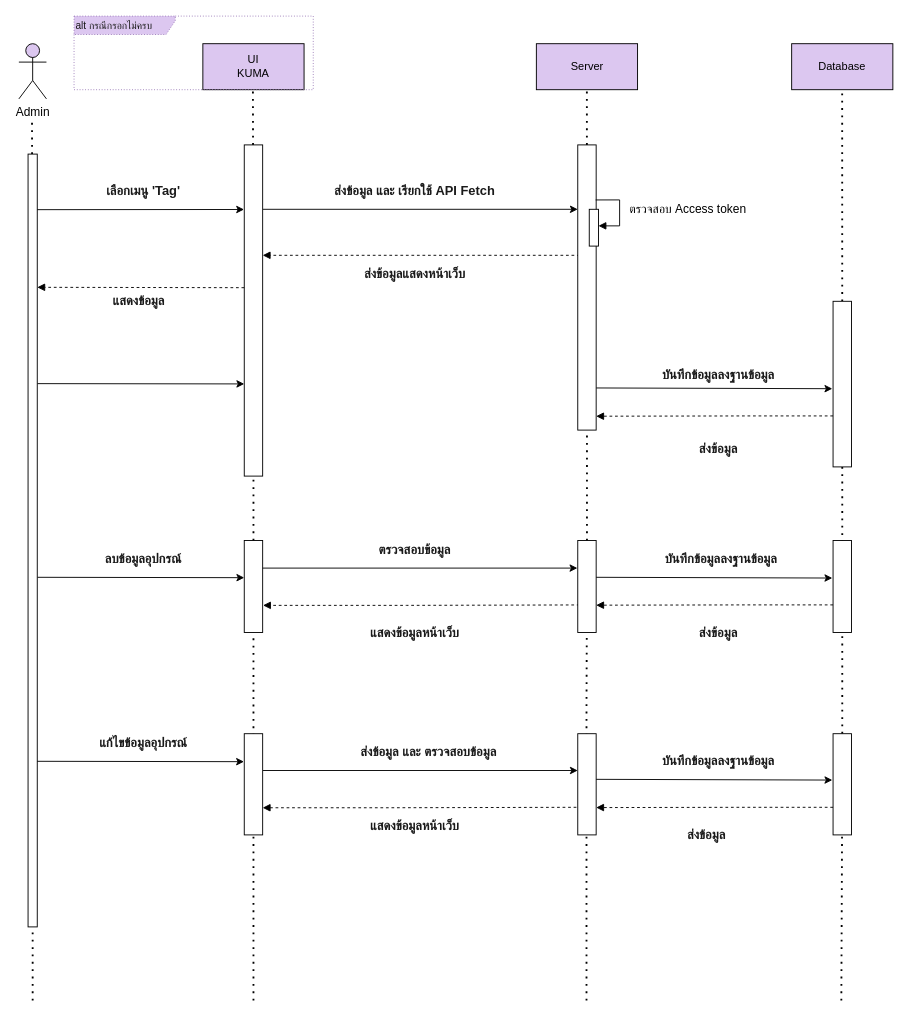
The draw.io diagram page "create tag" (4 of 5) of Diagram.drawio in Monaphat374/Sequence_project374, before the edit. Source tidied: cells renumbered, new cells numbered last; positions are measured from the earlier drawing's top-left corner, leaving out a move shared by most shapes. Both pictures are drawn from the tidied source at 92%, with x=0, y=0 at pixel (18, 16).
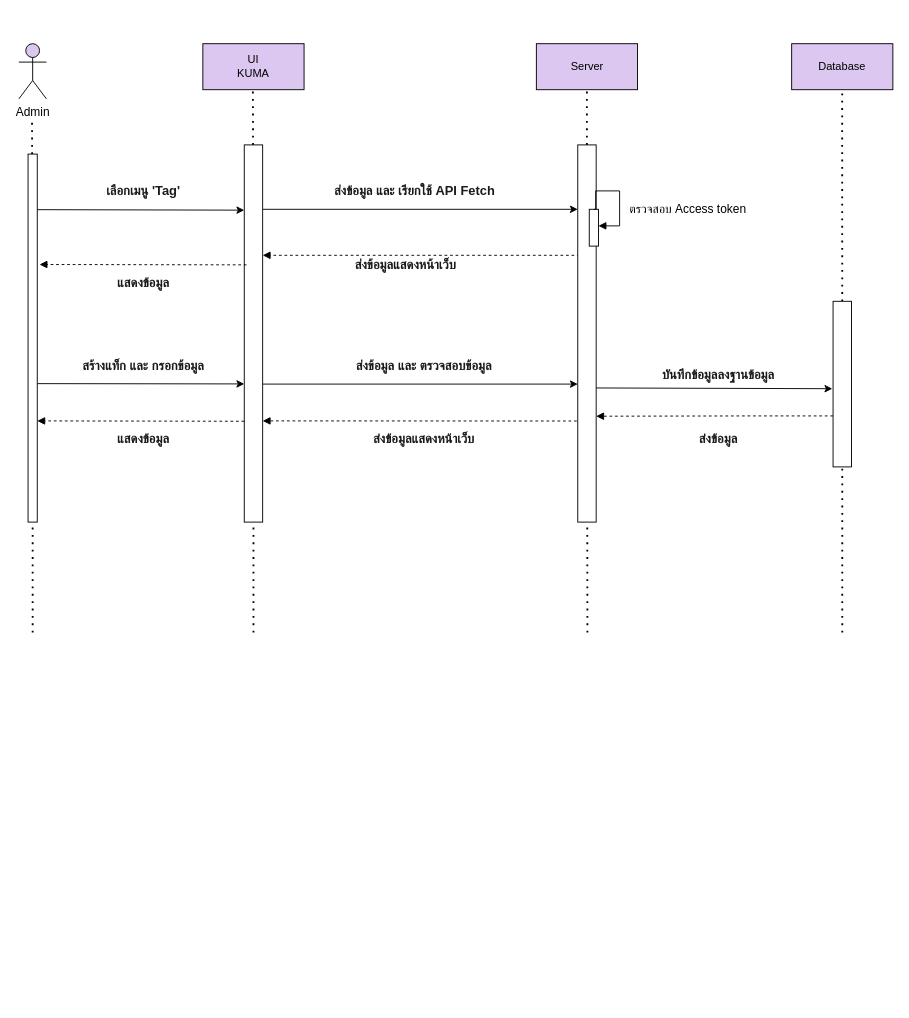
The same diagram, later.

Unchanged cells that the change refers to:
```xml
<mxCell id="25" style="rounded=0;whiteSpace=wrap;html=1;" parent="1" vertex="1">
  <mxGeometry x="885" y="310" width="20" height="180" as="geometry" />
</mxCell>
<mxCell id="61" style="html=1;points=[[0,0,0,0,5],[0,1,0,0,-5],[1,0,0,0,5],[1,1,0,0,-5]];perimeter=orthogonalPerimeter;outlineConnect=0;targetShapes=umlLifeline;portConstraint=eastwest;newEdgeStyle={&quot;curved&quot;:0,&quot;rounded&quot;:0};" parent="1" vertex="1">
  <mxGeometry x="620" y="210" width="10" height="40" as="geometry" />
</mxCell>
```

Change to the diagram source:
```diff
@@
-    <mxCell id="11" style="endArrow=none;dashed=1;html=1;dashPattern=1 3;strokeWidth=2;rounded=0;" parent="1" edge="1" target="12">
-      <mxGeometry relative="1" as="geometry">
-        <mxPoint x="15" y="750" as="sourcePoint" />
-      </mxGeometry>
-    </mxCell>
     <mxCell id="12" style="rounded=0;whiteSpace=wrap;html=1;" parent="1" vertex="1">
-      <mxGeometry x="10" y="150" width="10" height="840" as="geometry" />
+      <mxGeometry x="10" y="150" width="10" height="400" as="geometry" />
     </mxCell>
-    <mxCell id="13" style="endArrow=none;dashed=1;html=1;dashPattern=1 3;strokeWidth=2;rounded=0;" parent="1" edge="1" source="34" target="14">
-      <mxGeometry relative="1" as="geometry" />
+    <mxCell id="13" style="endArrow=none;dashed=1;html=1;dashPattern=1 3;strokeWidth=2;rounded=0;" parent="1" edge="1" target="14">
+      <mxGeometry relative="1" as="geometry">
+        <mxPoint x="255" y="670" as="sourcePoint" />
+      </mxGeometry>
     </mxCell>
     <mxCell id="14" style="rounded=0;whiteSpace=wrap;html=1;" parent="1" vertex="1">
-      <mxGeometry x="245" y="140" width="20" height="360" as="geometry" />
+      <mxGeometry x="245" y="140" width="20" height="410" as="geometry" />
     </mxCell>
-    <mxCell id="15" style="endArrow=classic;html=1;rounded=0;exitX=0.992;exitY=0.171;exitDx=0;exitDy=0;exitPerimeter=0;entryX=-0.011;entryY=0.195;entryDx=0;entryDy=0;entryPerimeter=0;" parent="1" edge="1" target="14">
+    <mxCell id="15" style="endArrow=classic;html=1;rounded=0;exitX=0.992;exitY=0.171;exitDx=0;exitDy=0;exitPerimeter=0;entryX=0.001;entryY=0.173;entryDx=0;entryDy=0;entryPerimeter=0;" parent="1" edge="1" target="14">
       <mxGeometry relative="1" as="geometry">
         <mxPoint x="20" y="210.4" as="sourcePoint" />
       </mxGeometry>
     </mxCell>
@@
-    <mxCell id="19" style="endArrow=block;dashed=1;endFill=1;html=1;rounded=0;fontColor=default;labelBackgroundColor=light-dark(#c43131, #ededed);entryX=1.019;entryY=0.705;entryDx=0;entryDy=0;entryPerimeter=0;strokeColor=default;exitX=-0.075;exitY=0.795;exitDx=0;exitDy=0;exitPerimeter=0;" parent="1" edge="1" target="34">
-      <mxGeometry relative="1" as="geometry">
-        <mxPoint x="627.5" y="640" as="sourcePoint" />
-        <Array as="points">
-          <mxPoint x="421.5" y="640.5" />
-        </Array>
-      </mxGeometry>
-    </mxCell>
     <mxCell id="20" value="&lt;h5&gt;&lt;span style=&quot;font-size: 14px;&quot;&gt;ส่งข้อมูลแสดงหน้าเว็บ&lt;/span&gt;&lt;/h5&gt;" style="text;html=1;align=center;verticalAlign=middle;strokeColor=none;fillColor=none;fontFamily=Helvetica;fontStyle=0;fontSize=12;fontColor=#1A1A1A;" parent="1" vertex="1">
-      <mxGeometry x="350" y="250" width="160" height="60" as="geometry" />
+      <mxGeometry x="340" y="240" width="160" height="60" as="geometry" />
     </mxCell>
@@
-    <mxCell id="22" style="endArrow=none;dashed=1;html=1;dashPattern=1 3;strokeWidth=2;rounded=0;" parent="1" edge="1" source="38" target="23">
-      <mxGeometry relative="1" as="geometry" />
+    <mxCell id="22" style="endArrow=none;dashed=1;html=1;dashPattern=1 3;strokeWidth=2;rounded=0;" parent="1" edge="1" target="23">
+      <mxGeometry relative="1" as="geometry">
+        <mxPoint x="618" y="670" as="sourcePoint" />
+      </mxGeometry>
     </mxCell>
     <mxCell id="23" style="rounded=0;whiteSpace=wrap;html=1;" parent="1" vertex="1">
-      <mxGeometry x="607.5" y="140" width="20" height="310" as="geometry" />
+      <mxGeometry x="607.5" y="140" width="20" height="410" as="geometry" />
     </mxCell>
-    <mxCell id="24" style="endArrow=none;dashed=1;html=1;dashPattern=1 3;strokeWidth=2;rounded=0;exitX=0.5;exitY=0;exitDx=0;exitDy=0;" parent="1" edge="1" source="54" target="25">
-      <mxGeometry relative="1" as="geometry" />
+    <mxCell id="24" style="endArrow=none;dashed=1;html=1;dashPattern=1 3;strokeWidth=2;rounded=0;" parent="1" edge="1" target="25">
+      <mxGeometry relative="1" as="geometry">
+        <mxPoint x="895" y="670" as="sourcePoint" />
+      </mxGeometry>
     </mxCell>
@@
-    <mxCell id="27" value="&lt;font face=&quot;Helvetica&quot; style=&quot;font-size: 11px;&quot; color=&quot;#1a1a1a&quot;&gt;alt กรณีกรอกไม่ครบ&lt;/font&gt;" style="shape=umlFrame;whiteSpace=wrap;html=1;dashed=1;dashPattern=1 2;fillColor=light-dark(#DCC7F0,#A18EB3);fontColor=#ffffff;strokeColor=#9A7AB8;swimlaneFillColor=none;width=110;height=20;align=left;" parent="1" vertex="1">
-      <mxGeometry x="60" width="260" height="80" as="geometry" />
-    </mxCell>
@@
     <mxCell id="29" value="&lt;h5&gt;&lt;span style=&quot;font-size: 14px;&quot;&gt;ส่งข้อมูล&lt;/span&gt;&lt;/h5&gt;" style="text;html=1;align=center;verticalAlign=middle;strokeColor=none;fillColor=none;fontFamily=Helvetica;fontStyle=0;fontSize=12;fontColor=#1A1A1A;" parent="1" vertex="1">
-      <mxGeometry x="720" y="440" width="80" height="60" as="geometry" />
+      <mxGeometry x="720" y="430" width="80" height="60" as="geometry" />
     </mxCell>
     <mxCell id="30" style="endArrow=none;dashed=1;html=1;dashPattern=1 3;strokeWidth=2;rounded=0;" parent="1" edge="1" target="12">
       <mxGeometry relative="1" as="geometry">
-        <mxPoint x="15" y="1070" as="sourcePoint" />
+        <mxPoint x="15" y="670" as="sourcePoint" />
       </mxGeometry>
     </mxCell>
-    <mxCell id="31" style="endArrow=classic;html=1;rounded=0;exitX=1.029;exitY=0.571;exitDx=0;exitDy=0;exitPerimeter=0;entryX=0.028;entryY=0.395;entryDx=0;entryDy=0;entryPerimeter=0;" parent="1" edge="1">
-      <mxGeometry relative="1" as="geometry">
-        <mxPoint x="20.3" y="610" as="sourcePoint" />
-        <mxPoint x="245" y="610.4" as="targetPoint" />
-      </mxGeometry>
-    </mxCell>
-    <mxCell id="32" style="endArrow=none;dashed=1;html=1;dashPattern=1 3;strokeWidth=2;rounded=0;" parent="1" edge="1">
-      <mxGeometry relative="1" as="geometry">
-        <mxPoint x="255" y="1070" as="sourcePoint" />
-        <mxPoint x="255" y="750" as="targetPoint" />
-      </mxGeometry>
-    </mxCell>
-    <mxCell id="33" style="endArrow=none;dashed=1;html=1;dashPattern=1 3;strokeWidth=2;rounded=0;" parent="1" edge="1" target="34">
-      <mxGeometry relative="1" as="geometry">
-        <mxPoint x="255" y="750.3" as="sourcePoint" />
-      </mxGeometry>
-    </mxCell>
-    <mxCell id="34" style="rounded=0;whiteSpace=wrap;html=1;" parent="1" vertex="1">
-      <mxGeometry x="245" y="570" width="20" height="100" as="geometry" />
-    </mxCell>
-    <mxCell id="35" value="&lt;h5&gt;&lt;span style=&quot;font-size: 14px;&quot;&gt;ลบข้อมูลอุปกรณ์&lt;/span&gt;&lt;/h5&gt;" style="text;html=1;align=center;verticalAlign=middle;strokeColor=none;fillColor=none;fontFamily=Helvetica;fontStyle=0;fontSize=12;fontColor=#1A1A1A;" parent="1" vertex="1">
-      <mxGeometry x="70" y="560" width="130" height="60" as="geometry" />
-    </mxCell>
-    <mxCell id="36" style="endArrow=none;dashed=1;html=1;dashPattern=1 3;strokeWidth=2;rounded=0;" parent="1" edge="1">
-      <mxGeometry relative="1" as="geometry">
-        <mxPoint x="617" y="1070" as="sourcePoint" />
-        <mxPoint x="617" y="750" as="targetPoint" />
-      </mxGeometry>
-    </mxCell>
-    <mxCell id="37" style="endArrow=none;dashed=1;html=1;dashPattern=1 3;strokeWidth=2;rounded=0;" parent="1" edge="1" target="38">
-      <mxGeometry relative="1" as="geometry">
-        <mxPoint x="617" y="750" as="sourcePoint" />
-      </mxGeometry>
-    </mxCell>
-    <mxCell id="38" style="rounded=0;whiteSpace=wrap;html=1;" parent="1" vertex="1">
-      <mxGeometry x="607.5" y="570" width="20" height="100" as="geometry" />
-    </mxCell>
-    <mxCell id="39" style="endArrow=classic;html=1;rounded=0;exitX=1.019;exitY=0.211;exitDx=0;exitDy=0;exitPerimeter=0;" parent="1" edge="1">
-      <mxGeometry relative="1" as="geometry">
-        <mxPoint x="265" y="600" as="sourcePoint" />
-        <mxPoint x="607.1" y="600" as="targetPoint" />
-      </mxGeometry>
-    </mxCell>
-    <mxCell id="40" value="&lt;h5&gt;&lt;span style=&quot;font-size: 14px;&quot;&gt;ตรวจ&lt;/span&gt;&lt;span style=&quot;font-size: 14px; background-color: transparent; color: light-dark(rgb(26, 26, 26), rgb(215, 215, 215));&quot;&gt;สอบข้อมูล&lt;/span&gt;&lt;/h5&gt;" style="text;html=1;align=center;verticalAlign=middle;strokeColor=none;fillColor=none;fontFamily=Helvetica;fontStyle=0;fontSize=12;fontColor=#1A1A1A;" parent="1" vertex="1">
-      <mxGeometry x="370" y="550" width="120" height="60" as="geometry" />
-    </mxCell>
-    <mxCell id="41" value="&lt;h5&gt;&lt;span style=&quot;font-size: 14px;&quot;&gt;แสดงข้อมูลหน้าเว็บ&lt;/span&gt;&lt;/h5&gt;" style="text;html=1;align=center;verticalAlign=middle;strokeColor=none;fillColor=none;fontFamily=Helvetica;fontStyle=0;fontSize=12;fontColor=#1A1A1A;" parent="1" vertex="1">
-      <mxGeometry x="360" y="640" width="140" height="60" as="geometry" />
-    </mxCell>
-    <mxCell id="42" style="endArrow=classic;html=1;rounded=0;exitX=0.962;exitY=0.276;exitDx=0;exitDy=0;exitPerimeter=0;entryX=-0.038;entryY=0.446;entryDx=0;entryDy=0;entryPerimeter=0;" parent="1" edge="1">
-      <mxGeometry relative="1" as="geometry">
-        <mxPoint x="627.5" y="610" as="sourcePoint" />
-        <mxPoint x="884.2" y="610.8" as="targetPoint" />
-      </mxGeometry>
-    </mxCell>
-    <mxCell id="43" style="rounded=0;whiteSpace=wrap;html=1;" parent="1" vertex="1">
-      <mxGeometry x="885" y="570" width="20" height="100" as="geometry" />
-    </mxCell>
-    <mxCell id="44" style="endArrow=block;dashed=1;endFill=1;html=1;rounded=0;fontColor=default;labelBackgroundColor=light-dark(#c43131, #ededed);entryX=1;entryY=0.535;entryDx=0;entryDy=0;entryPerimeter=0;strokeColor=default;exitX=0;exitY=0.532;exitDx=0;exitDy=0;exitPerimeter=0;" parent="1" edge="1">
-      <mxGeometry relative="1" as="geometry">
-        <mxPoint x="885" y="640" as="sourcePoint" />
-        <mxPoint x="627.5" y="640.3" as="targetPoint" />
-        <Array as="points">
-          <mxPoint x="790" y="640" />
-        </Array>
-      </mxGeometry>
-    </mxCell>
-    <mxCell id="45" value="&lt;h5&gt;&lt;span style=&quot;font-size: 14px;&quot;&gt;ส่งข้อมูล&lt;/span&gt;&lt;/h5&gt;" style="text;html=1;align=center;verticalAlign=middle;strokeColor=none;fillColor=none;fontFamily=Helvetica;fontStyle=0;fontSize=12;fontColor=#1A1A1A;" parent="1" vertex="1">
-      <mxGeometry x="720" y="640" width="80" height="60" as="geometry" />
-    </mxCell>
-    <mxCell id="46" value="&lt;h5&gt;&lt;span style=&quot;font-size: 14px;&quot;&gt;บันทึกข้อมูลลงฐานข้อมูล&lt;/span&gt;&lt;/h5&gt;" style="text;html=1;align=center;verticalAlign=middle;strokeColor=none;fillColor=none;fontFamily=Helvetica;fontStyle=0;fontSize=12;fontColor=#1A1A1A;" parent="1" vertex="1">
-      <mxGeometry x="672.5" y="560" width="180" height="60" as="geometry" />
-    </mxCell>
-    <mxCell id="47" style="rounded=0;whiteSpace=wrap;html=1;" parent="1" vertex="1">
-      <mxGeometry x="245" y="780" width="20" height="110" as="geometry" />
-    </mxCell>
-    <mxCell id="48" style="endArrow=classic;html=1;rounded=0;exitX=1.029;exitY=0.571;exitDx=0;exitDy=0;exitPerimeter=0;entryX=0.028;entryY=0.395;entryDx=0;entryDy=0;entryPerimeter=0;" parent="1" edge="1">
-      <mxGeometry relative="1" as="geometry">
-        <mxPoint x="20" y="810" as="sourcePoint" />
-        <mxPoint x="244.7" y="810.4" as="targetPoint" />
-      </mxGeometry>
-    </mxCell>
-    <mxCell id="49" value="&lt;h5&gt;&lt;span style=&quot;font-size: 14px;&quot;&gt;แก้ไขข้อมูลอุปกรณ์&lt;/span&gt;&lt;/h5&gt;" style="text;html=1;align=center;verticalAlign=middle;strokeColor=none;fillColor=none;fontFamily=Helvetica;fontStyle=0;fontSize=12;fontColor=#1A1A1A;" parent="1" vertex="1">
-      <mxGeometry x="60" y="760" width="150" height="60" as="geometry" />
-    </mxCell>
-    <mxCell id="50" style="rounded=0;whiteSpace=wrap;html=1;" parent="1" vertex="1">
-      <mxGeometry x="607.5" y="780" width="20" height="110" as="geometry" />
-    </mxCell>
-    <mxCell id="51" style="endArrow=classic;html=1;rounded=0;exitX=1.019;exitY=0.211;exitDx=0;exitDy=0;exitPerimeter=0;" parent="1" edge="1">
-      <mxGeometry relative="1" as="geometry">
-        <mxPoint x="265.4" y="820" as="sourcePoint" />
-        <mxPoint x="607.5" y="820" as="targetPoint" />
-      </mxGeometry>
-    </mxCell>
-    <mxCell id="52" value="&lt;h5&gt;&lt;span style=&quot;font-size: 14px;&quot;&gt;ส่งข้อมูล และ ตรวจ&lt;/span&gt;&lt;span style=&quot;font-size: 14px; background-color: transparent; color: light-dark(rgb(26, 26, 26), rgb(215, 215, 215));&quot;&gt;สอบข้อมูล&lt;/span&gt;&lt;/h5&gt;" style="text;html=1;align=center;verticalAlign=middle;strokeColor=none;fillColor=none;fontFamily=Helvetica;fontStyle=0;fontSize=12;fontColor=#1A1A1A;" parent="1" vertex="1">
-      <mxGeometry x="340" y="770" width="210" height="60" as="geometry" />
-    </mxCell>
-    <mxCell id="53" style="endArrow=none;dashed=1;html=1;dashPattern=1 3;strokeWidth=2;rounded=0;" parent="1" edge="1" target="54">
-      <mxGeometry relative="1" as="geometry">
-        <mxPoint x="894" y="1070" as="sourcePoint" />
-      </mxGeometry>
-    </mxCell>
-    <mxCell id="54" style="rounded=0;whiteSpace=wrap;html=1;" parent="1" vertex="1">
-      <mxGeometry x="885" y="780" width="20" height="110" as="geometry" />
-    </mxCell>
-    <mxCell id="55" style="endArrow=classic;html=1;rounded=0;exitX=0.962;exitY=0.276;exitDx=0;exitDy=0;exitPerimeter=0;entryX=-0.038;entryY=0.446;entryDx=0;entryDy=0;entryPerimeter=0;" parent="1" edge="1">
-      <mxGeometry relative="1" as="geometry">
-        <mxPoint x="627.5" y="829.6" as="sourcePoint" />
-        <mxPoint x="884.2" y="830.4" as="targetPoint" />
-      </mxGeometry>
-    </mxCell>
-    <mxCell id="56" value="&lt;h5&gt;&lt;span style=&quot;font-size: 14px;&quot;&gt;บันทึกข้อมูลลงฐานข้อมูล&lt;/span&gt;&lt;/h5&gt;" style="text;html=1;align=center;verticalAlign=middle;strokeColor=none;fillColor=none;fontFamily=Helvetica;fontStyle=0;fontSize=12;fontColor=#1A1A1A;" parent="1" vertex="1">
-      <mxGeometry x="670" y="780" width="180" height="60" as="geometry" />
-    </mxCell>
-    <mxCell id="57" style="endArrow=block;dashed=1;endFill=1;html=1;rounded=0;fontColor=default;labelBackgroundColor=light-dark(#c43131, #ededed);entryX=1;entryY=0.535;entryDx=0;entryDy=0;entryPerimeter=0;strokeColor=default;exitX=0;exitY=0.532;exitDx=0;exitDy=0;exitPerimeter=0;" parent="1" edge="1">
-      <mxGeometry relative="1" as="geometry">
-        <mxPoint x="885" y="860" as="sourcePoint" />
-        <mxPoint x="627.5" y="860.3" as="targetPoint" />
-        <Array as="points">
-          <mxPoint x="790" y="860" />
-        </Array>
-      </mxGeometry>
-    </mxCell>
-    <mxCell id="58" value="&lt;h5&gt;&lt;span style=&quot;font-size: 14px;&quot;&gt;ส่งข้อมูล&lt;/span&gt;&lt;/h5&gt;" style="text;html=1;align=center;verticalAlign=middle;strokeColor=none;fillColor=none;fontFamily=Helvetica;fontStyle=0;fontSize=12;fontColor=#1A1A1A;" parent="1" vertex="1">
-      <mxGeometry x="707" y="860" width="80" height="60" as="geometry" />
-    </mxCell>
-    <mxCell id="59" style="endArrow=block;dashed=1;endFill=1;html=1;rounded=0;fontColor=default;labelBackgroundColor=light-dark(#c43131, #ededed);entryX=1;entryY=0.477;entryDx=0;entryDy=0;entryPerimeter=0;strokeColor=default;exitX=-0.075;exitY=0.795;exitDx=0;exitDy=0;exitPerimeter=0;" parent="1" edge="1">
-      <mxGeometry relative="1" as="geometry">
-        <mxPoint x="606" y="860" as="sourcePoint" />
-        <mxPoint x="265" y="860.5" as="targetPoint" />
-        <Array as="points">
-          <mxPoint x="400" y="860.5" />
-        </Array>
-      </mxGeometry>
-    </mxCell>
-    <mxCell id="60" value="&lt;h5&gt;&lt;span style=&quot;font-size: 14px;&quot;&gt;แสดงข้อมูลหน้าเว็บ&lt;/span&gt;&lt;/h5&gt;" style="text;html=1;align=center;verticalAlign=middle;strokeColor=none;fillColor=none;fontFamily=Helvetica;fontStyle=0;fontSize=12;fontColor=#1A1A1A;" parent="1" vertex="1">
-      <mxGeometry x="360" y="850" width="140" height="60" as="geometry" />
-    </mxCell>
@@
-    <mxCell id="62" value="&lt;font style=&quot;font-size: 13px;&quot;&gt;ตรวจสอบ Access token&lt;/font&gt;" style="html=1;align=left;spacingLeft=2;endArrow=block;rounded=0;edgeStyle=orthogonalEdgeStyle;curved=0;rounded=0;exitX=0.974;exitY=0.193;exitDx=0;exitDy=0;exitPerimeter=0;" parent="1" edge="1" source="23" target="61">
-      <mxGeometry x="-0.07" y="7" relative="1" as="geometry">
+    <mxCell id="62" value="&lt;font style=&quot;font-size: 13px;&quot;&gt;ตรวจสอบ Access token&lt;/font&gt;" style="html=1;align=left;spacingLeft=2;endArrow=block;rounded=0;edgeStyle=orthogonalEdgeStyle;curved=0;rounded=0;" parent="1" edge="1" target="61">
+      <mxGeometry x="0.25" y="7" relative="1" as="geometry">
+        <mxPoint x="625" y="210" as="sourcePoint" />
         <Array as="points">
-          <mxPoint x="653" y="200" />
+          <mxPoint x="627" y="190" />
+          <mxPoint x="653" y="190" />
           <mxPoint x="653" y="228" />
         </Array>
       </mxGeometry>
     </mxCell>
     <mxCell id="63" style="endArrow=block;dashed=1;endFill=1;html=1;rounded=0;fontColor=default;labelBackgroundColor=light-dark(#c43131, #ededed);strokeColor=default;entryX=1.002;entryY=0.19;entryDx=0;entryDy=0;entryPerimeter=0;" parent="1" edge="1">
       <mxGeometry relative="1" as="geometry">
-        <mxPoint x="245" y="295.2" as="sourcePoint" />
-        <mxPoint x="20" y="294.8" as="targetPoint" />
+        <mxPoint x="247.5" y="270.4" as="sourcePoint" />
+        <mxPoint x="22.5" y="270" as="targetPoint" />
       </mxGeometry>
     </mxCell>
     <mxCell id="64" value="&lt;h5&gt;&lt;span style=&quot;font-size: 14px;&quot;&gt;แสดงข้อมูล&lt;/span&gt;&lt;/h5&gt;" style="text;html=1;align=center;verticalAlign=middle;strokeColor=none;fillColor=none;fontFamily=Helvetica;fontStyle=0;fontSize=12;fontColor=#1A1A1A;" parent="1" vertex="1">
-      <mxGeometry x="80" y="280" width="100" height="60" as="geometry" />
+      <mxGeometry x="85" y="260" width="100" height="60" as="geometry" />
     </mxCell>
@@
+    <mxCell id="66" value="&lt;h5&gt;&lt;span style=&quot;font-size: 14px;&quot;&gt;สร้างแท็ก และ กรอกข้อมูล&lt;/span&gt;&lt;/h5&gt;" style="text;html=1;align=center;verticalAlign=middle;strokeColor=none;fillColor=none;fontFamily=Helvetica;fontStyle=0;fontSize=12;fontColor=#1A1A1A;" parent="1" vertex="1">
+      <mxGeometry x="40" y="350" width="190" height="60" as="geometry" />
+    </mxCell>
+    <mxCell id="67" style="endArrow=block;dashed=1;endFill=1;html=1;rounded=0;fontColor=default;labelBackgroundColor=light-dark(#c43131, #ededed);strokeColor=default;entryX=1.002;entryY=0.19;entryDx=0;entryDy=0;entryPerimeter=0;" parent="1" edge="1">
+      <mxGeometry relative="1" as="geometry">
+        <mxPoint x="245" y="440.4" as="sourcePoint" />
+        <mxPoint x="20" y="440" as="targetPoint" />
+      </mxGeometry>
+    </mxCell>
+    <mxCell id="68" value="&lt;h5&gt;&lt;span style=&quot;font-size: 14px;&quot;&gt;แสดงข้อมูล&lt;/span&gt;&lt;/h5&gt;" style="text;html=1;align=center;verticalAlign=middle;strokeColor=none;fillColor=none;fontFamily=Helvetica;fontStyle=0;fontSize=12;fontColor=#1A1A1A;" parent="1" vertex="1">
+      <mxGeometry x="85" y="430" width="100" height="60" as="geometry" />
+    </mxCell>
+    <mxCell id="52" value="&lt;h5&gt;&lt;span style=&quot;font-size: 14px;&quot;&gt;ส่งข้อมูล และ ตรวจ&lt;/span&gt;&lt;span style=&quot;font-size: 14px; background-color: transparent; color: light-dark(rgb(26, 26, 26), rgb(215, 215, 215));&quot;&gt;สอบข้อมูล&lt;/span&gt;&lt;/h5&gt;" style="text;html=1;align=center;verticalAlign=middle;strokeColor=none;fillColor=none;fontFamily=Helvetica;fontStyle=0;fontSize=12;fontColor=#1A1A1A;" parent="1" vertex="1">
+      <mxGeometry x="335" y="350" width="210" height="60" as="geometry" />
+    </mxCell>
+    <mxCell id="69" style="endArrow=classic;html=1;rounded=0;exitX=1.019;exitY=0.211;exitDx=0;exitDy=0;exitPerimeter=0;" parent="1" edge="1">
+      <mxGeometry relative="1" as="geometry">
+        <mxPoint x="265.4" y="400" as="sourcePoint" />
+        <mxPoint x="607.5" y="400" as="targetPoint" />
+      </mxGeometry>
+    </mxCell>
+    <mxCell id="70" style="endArrow=block;dashed=1;endFill=1;html=1;rounded=0;fontColor=default;labelBackgroundColor=light-dark(#c43131, #ededed);strokeColor=default;entryX=0.998;entryY=0.819;entryDx=0;entryDy=0;entryPerimeter=0;exitX=-0.053;exitY=0.732;exitDx=0;exitDy=0;exitPerimeter=0;" parent="1" edge="1" source="23">
+      <mxGeometry relative="1" as="geometry">
+        <mxPoint x="265" y="440" as="targetPoint" />
+      </mxGeometry>
+    </mxCell>
+    <mxCell id="71" value="&lt;h5&gt;&lt;span style=&quot;font-size: 14px;&quot;&gt;ส่งข้อมูลแสดงหน้าเว็บ&lt;/span&gt;&lt;/h5&gt;" style="text;html=1;align=center;verticalAlign=middle;strokeColor=none;fillColor=none;fontFamily=Helvetica;fontStyle=0;fontSize=12;fontColor=#1A1A1A;" parent="1" vertex="1">
+      <mxGeometry x="360" y="430" width="160" height="60" as="geometry" />
+    </mxCell>
```
